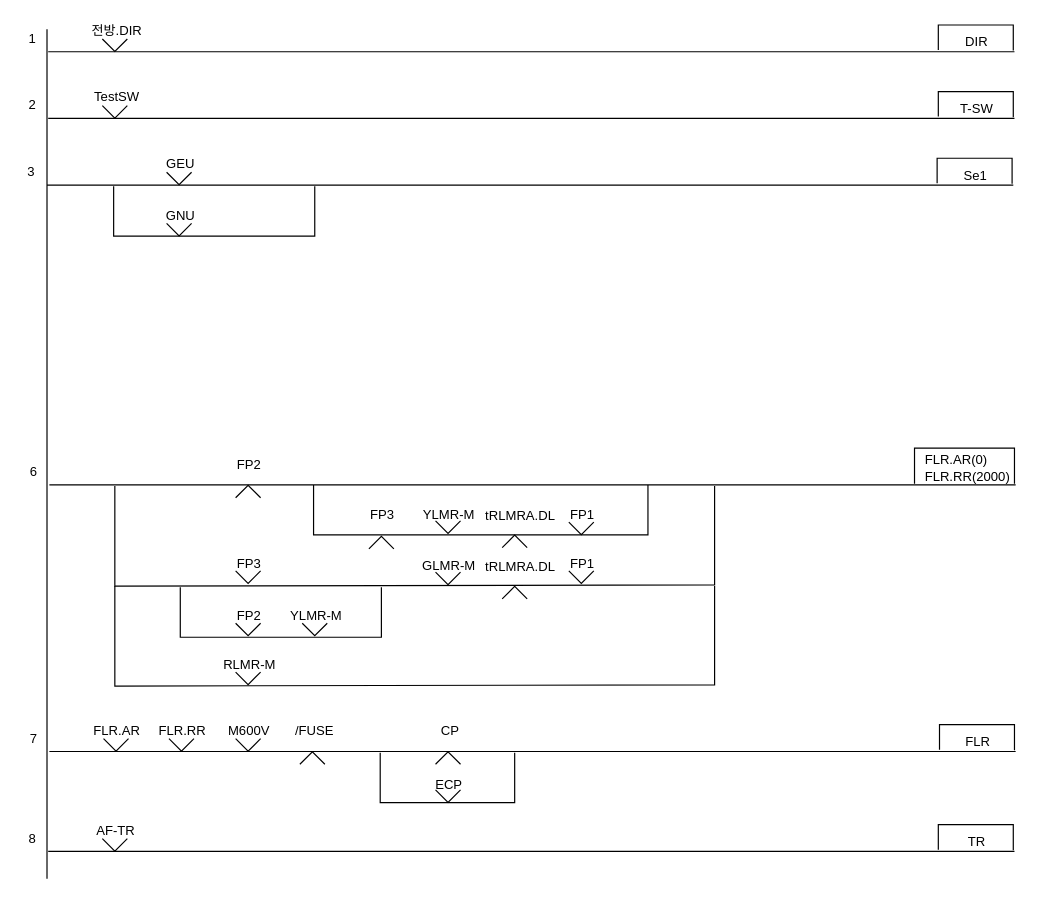
The draw.io diagram page "통신제어(송신)_all" (6 of 6) of Signal/33Display-Signal-Control-Logic.drawio in chillin2/MyDraw.io, before the edit. Source tidied: cells renumbered, new cells numbered last; positions are measured from the earlier drawing's top-left corner, leaving out a move shared by most shapes. Both pictures are drawn from the tidied source at 119%, with x=0, y=0 at pixel (20, 20).
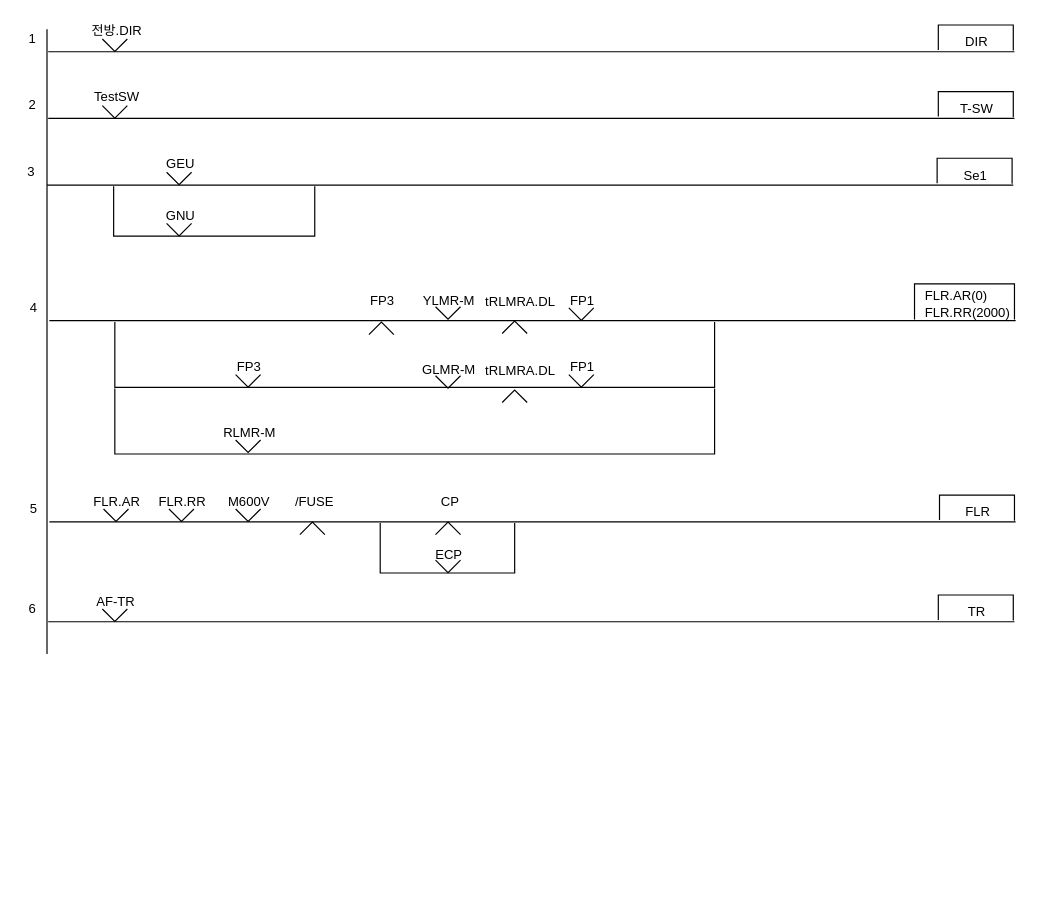
Above is the later version.

The edit, as a diff of the source:
```diff
@@
     <mxCell id="2" style="endArrow=none;html=1;rounded=0;" parent="1" edge="1">
       <mxGeometry relative="1" as="geometry">
-        <mxPoint x="22" y="721" as="sourcePoint" />
+        <mxPoint x="22" y="532" as="sourcePoint" />
         <mxPoint x="22" y="7" as="targetPoint" />
       </mxGeometry>
     </mxCell>
@@
     <mxCell id="24" style="endArrow=none;html=1;rounded=0;" parent="1" edge="1">
       <mxGeometry relative="1" as="geometry">
-        <mxPoint x="24" y="390" as="sourcePoint" />
-        <mxPoint x="836" y="390" as="targetPoint" />
+        <mxPoint x="24" y="252" as="sourcePoint" />
+        <mxPoint x="836" y="252" as="targetPoint" />
       </mxGeometry>
     </mxCell>
-    <mxCell id="25" value="FP2" style="text;html=1;strokeColor=none;fillColor=none;align=center;verticalAlign=middle;whiteSpace=wrap;rounded=0;fontFamily=Helvetica;fontSize=11;fontColor=default;" parent="1" vertex="1">
-      <mxGeometry x="172" y="365" width="40" height="15" as="geometry" />
-    </mxCell>
-    <mxCell id="26" style="verticalLabelPosition=bottom;html=1;verticalAlign=top;align=center;shape=mxgraph.floorplan.windowBow;strokeWidth=1;fontSize=11;direction=west;" parent="1" vertex="1">
-      <mxGeometry x="180.5" y="390" width="21" height="11" as="geometry" />
-    </mxCell>
-    <mxCell id="27" value="6" style="text;html=1;strokeColor=none;fillColor=none;align=center;verticalAlign=middle;whiteSpace=wrap;rounded=0;fontFamily=Helvetica;fontSize=11;fontColor=default;" parent="1" vertex="1">
-      <mxGeometry x="2" y="371" width="18" height="16" as="geometry" />
+    <mxCell id="27" value="4" style="text;html=1;strokeColor=none;fillColor=none;align=center;verticalAlign=middle;whiteSpace=wrap;rounded=0;fontFamily=Helvetica;fontSize=11;fontColor=default;" parent="1" vertex="1">
+      <mxGeometry x="2" y="233" width="18" height="16" as="geometry" />
     </mxCell>
-    <mxCell id="28" style="endArrow=none;html=1;rounded=0;" parent="1" edge="1">
-      <mxGeometry relative="1" as="geometry">
-        <mxPoint x="246" y="390" as="sourcePoint" />
-        <mxPoint x="527" y="390" as="targetPoint" />
-        <Array as="points">
-          <mxPoint x="246" y="432" />
-          <mxPoint x="527" y="432" />
-        </Array>
-      </mxGeometry>
-    </mxCell>
     <mxCell id="29" value="FP3" style="text;html=1;strokeColor=none;fillColor=none;align=center;verticalAlign=middle;whiteSpace=wrap;rounded=0;fontFamily=Helvetica;fontSize=11;fontColor=default;" parent="1" vertex="1">
-      <mxGeometry x="284" y="407" width="40" height="15" as="geometry" />
+      <mxGeometry x="284" y="227" width="40" height="15" as="geometry" />
     </mxCell>
     <mxCell id="30" style="verticalLabelPosition=bottom;html=1;verticalAlign=top;align=center;shape=mxgraph.floorplan.windowBow;strokeWidth=1;fontSize=11;direction=west;" parent="1" vertex="1">
-      <mxGeometry x="292.5" y="433" width="21" height="11" as="geometry" />
+      <mxGeometry x="292.5" y="253" width="21" height="11" as="geometry" />
     </mxCell>
     <mxCell id="31" value="YLMR-M" style="text;html=1;strokeColor=none;fillColor=none;align=center;verticalAlign=middle;whiteSpace=wrap;rounded=0;fontFamily=Helvetica;fontSize=11;fontColor=default;" parent="1" vertex="1">
-      <mxGeometry x="333" y="407" width="54" height="15" as="geometry" />
+      <mxGeometry x="333" y="227" width="54" height="15" as="geometry" />
     </mxCell>
     <mxCell id="32" style="verticalLabelPosition=bottom;html=1;verticalAlign=top;align=center;shape=mxgraph.floorplan.windowBow;strokeWidth=1;fontSize=11;" parent="1" vertex="1">
-      <mxGeometry x="348.5" y="420" width="21" height="11" as="geometry" />
+      <mxGeometry x="348.5" y="240" width="21" height="11" as="geometry" />
     </mxCell>
     <mxCell id="33" value="tRLMRA.DL" style="text;html=1;strokeColor=none;fillColor=none;align=center;verticalAlign=middle;whiteSpace=wrap;rounded=0;fontFamily=Helvetica;fontSize=11;fontColor=default;" parent="1" vertex="1">
-      <mxGeometry x="400" y="408" width="40" height="15" as="geometry" />
+      <mxGeometry x="400" y="228" width="40" height="15" as="geometry" />
     </mxCell>
     <mxCell id="34" style="verticalLabelPosition=bottom;html=1;verticalAlign=top;align=center;shape=mxgraph.floorplan.windowBow;strokeWidth=1;fontSize=11;direction=west;" parent="1" vertex="1">
-      <mxGeometry x="404.5" y="432" width="21" height="11" as="geometry" />
+      <mxGeometry x="404.5" y="252" width="21" height="11" as="geometry" />
     </mxCell>
     <mxCell id="35" value="FP1" style="text;html=1;strokeColor=none;fillColor=none;align=center;verticalAlign=middle;whiteSpace=wrap;rounded=0;fontFamily=Helvetica;fontSize=11;fontColor=default;" parent="1" vertex="1">
-      <mxGeometry x="452" y="407" width="40" height="15" as="geometry" />
+      <mxGeometry x="452" y="227" width="40" height="15" as="geometry" />
     </mxCell>
     <mxCell id="36" style="verticalLabelPosition=bottom;html=1;verticalAlign=top;align=center;shape=mxgraph.floorplan.windowBow;strokeWidth=1;fontSize=11;" parent="1" vertex="1">
-      <mxGeometry x="460.5" y="421" width="21" height="11" as="geometry" />
+      <mxGeometry x="460.5" y="241" width="21" height="11" as="geometry" />
     </mxCell>
     <mxCell id="37" style="endArrow=none;html=1;rounded=0;" parent="1" edge="1">
       <mxGeometry relative="1" as="geometry">
-        <mxPoint x="79" y="391" as="sourcePoint" />
-        <mxPoint x="583" y="391" as="targetPoint" />
+        <mxPoint x="79" y="253" as="sourcePoint" />
+        <mxPoint x="583" y="253" as="targetPoint" />
         <Array as="points">
-          <mxPoint x="79" y="475" />
-          <mxPoint x="583" y="474" />
+          <mxPoint x="79" y="308" />
+          <mxPoint x="583" y="308" />
         </Array>
       </mxGeometry>
     </mxCell>
     <mxCell id="38" value="FP3" style="text;html=1;strokeColor=none;fillColor=none;align=center;verticalAlign=middle;whiteSpace=wrap;rounded=0;fontFamily=Helvetica;fontSize=11;fontColor=default;" parent="1" vertex="1">
-      <mxGeometry x="172" y="448" width="40" height="15" as="geometry" />
+      <mxGeometry x="172" y="283" width="40" height="15" as="geometry" />
     </mxCell>
     <mxCell id="39" style="verticalLabelPosition=bottom;html=1;verticalAlign=top;align=center;shape=mxgraph.floorplan.windowBow;strokeWidth=1;fontSize=11;" parent="1" vertex="1">
-      <mxGeometry x="180.5" y="462" width="21" height="11" as="geometry" />
+      <mxGeometry x="180.5" y="297" width="21" height="11" as="geometry" />
     </mxCell>
     <mxCell id="40" value="GLMR-M" style="text;html=1;strokeColor=none;fillColor=none;align=center;verticalAlign=middle;whiteSpace=wrap;rounded=0;fontFamily=Helvetica;fontSize=11;fontColor=default;" parent="1" vertex="1">
-      <mxGeometry x="333" y="450" width="54" height="15" as="geometry" />
+      <mxGeometry x="333" y="285" width="54" height="15" as="geometry" />
     </mxCell>
     <mxCell id="41" style="verticalLabelPosition=bottom;html=1;verticalAlign=top;align=center;shape=mxgraph.floorplan.windowBow;strokeWidth=1;fontSize=11;" parent="1" vertex="1">
-      <mxGeometry x="348.5" y="463" width="21" height="11" as="geometry" />
+      <mxGeometry x="348.5" y="298" width="21" height="11" as="geometry" />
     </mxCell>
     <mxCell id="42" value="tRLMRA.DL" style="text;html=1;strokeColor=none;fillColor=none;align=center;verticalAlign=middle;whiteSpace=wrap;rounded=0;fontFamily=Helvetica;fontSize=11;fontColor=default;" parent="1" vertex="1">
-      <mxGeometry x="400" y="451" width="40" height="15" as="geometry" />
+      <mxGeometry x="400" y="286" width="40" height="15" as="geometry" />
     </mxCell>
     <mxCell id="43" style="verticalLabelPosition=bottom;html=1;verticalAlign=top;align=center;shape=mxgraph.floorplan.windowBow;strokeWidth=1;fontSize=11;direction=west;" parent="1" vertex="1">
-      <mxGeometry x="404.5" y="475" width="21" height="11" as="geometry" />
+      <mxGeometry x="404.5" y="310" width="21" height="11" as="geometry" />
     </mxCell>
     <mxCell id="44" value="FP1" style="text;html=1;strokeColor=none;fillColor=none;align=center;verticalAlign=middle;whiteSpace=wrap;rounded=0;fontFamily=Helvetica;fontSize=11;fontColor=default;" parent="1" vertex="1">
-      <mxGeometry x="452" y="448" width="40" height="15" as="geometry" />
+      <mxGeometry x="452" y="283" width="40" height="15" as="geometry" />
     </mxCell>
     <mxCell id="45" style="verticalLabelPosition=bottom;html=1;verticalAlign=top;align=center;shape=mxgraph.floorplan.windowBow;strokeWidth=1;fontSize=11;" parent="1" vertex="1">
-      <mxGeometry x="460.5" y="462" width="21" height="11" as="geometry" />
+      <mxGeometry x="460.5" y="297" width="21" height="11" as="geometry" />
     </mxCell>
-    <mxCell id="46" style="endArrow=none;html=1;rounded=0;" parent="1" edge="1">
-      <mxGeometry relative="1" as="geometry">
-        <mxPoint x="134" y="476" as="sourcePoint" />
-        <mxPoint x="303" y="476" as="targetPoint" />
-        <Array as="points">
-          <mxPoint x="134" y="518" />
-          <mxPoint x="303" y="518" />
-        </Array>
-      </mxGeometry>
-    </mxCell>
-    <mxCell id="47" value="FP2" style="text;html=1;strokeColor=none;fillColor=none;align=center;verticalAlign=middle;whiteSpace=wrap;rounded=0;fontFamily=Helvetica;fontSize=11;fontColor=default;" parent="1" vertex="1">
-      <mxGeometry x="172" y="492" width="40" height="15" as="geometry" />
-    </mxCell>
-    <mxCell id="48" style="verticalLabelPosition=bottom;html=1;verticalAlign=top;align=center;shape=mxgraph.floorplan.windowBow;strokeWidth=1;fontSize=11;" parent="1" vertex="1">
-      <mxGeometry x="180.5" y="506" width="21" height="11" as="geometry" />
-    </mxCell>
-    <mxCell id="49" value="YLMR-M" style="text;html=1;strokeColor=none;fillColor=none;align=center;verticalAlign=middle;whiteSpace=wrap;rounded=0;fontFamily=Helvetica;fontSize=11;fontColor=default;" parent="1" vertex="1">
-      <mxGeometry x="225" y="492" width="47" height="15" as="geometry" />
-    </mxCell>
-    <mxCell id="50" style="verticalLabelPosition=bottom;html=1;verticalAlign=top;align=center;shape=mxgraph.floorplan.windowBow;strokeWidth=1;fontSize=11;" parent="1" vertex="1">
-      <mxGeometry x="236.5" y="506" width="21" height="11" as="geometry" />
-    </mxCell>
     <mxCell id="51" style="endArrow=none;html=1;rounded=0;" parent="1" edge="1">
       <mxGeometry relative="1" as="geometry">
-        <mxPoint x="79" y="475" as="sourcePoint" />
-        <mxPoint x="583" y="475" as="targetPoint" />
+        <mxPoint x="79" y="309" as="sourcePoint" />
+        <mxPoint x="583" y="309" as="targetPoint" />
         <Array as="points">
-          <mxPoint x="79" y="559" />
-          <mxPoint x="583" y="558" />
+          <mxPoint x="79" y="364" />
+          <mxPoint x="583" y="364" />
         </Array>
       </mxGeometry>
     </mxCell>
     <mxCell id="52" value="RLMR-M" style="text;html=1;strokeColor=none;fillColor=none;align=center;verticalAlign=middle;whiteSpace=wrap;rounded=0;fontFamily=Helvetica;fontSize=11;fontColor=default;" parent="1" vertex="1">
-      <mxGeometry x="169" y="533" width="47" height="15" as="geometry" />
+      <mxGeometry x="169" y="338" width="47" height="15" as="geometry" />
     </mxCell>
     <mxCell id="53" style="verticalLabelPosition=bottom;html=1;verticalAlign=top;align=center;shape=mxgraph.floorplan.windowBow;strokeWidth=1;fontSize=11;" parent="1" vertex="1">
-      <mxGeometry x="180.5" y="547" width="21" height="11" as="geometry" />
+      <mxGeometry x="180.5" y="352" width="21" height="11" as="geometry" />
     </mxCell>
     <mxCell id="54" style="endArrow=none;html=1;rounded=0;" parent="1" edge="1">
       <mxGeometry relative="1" as="geometry">
-        <mxPoint x="24" y="614" as="sourcePoint" />
-        <mxPoint x="836" y="614" as="targetPoint" />
+        <mxPoint x="24" y="421" as="sourcePoint" />
+        <mxPoint x="836" y="421" as="targetPoint" />
       </mxGeometry>
     </mxCell>
     <mxCell id="55" value="FLR.AR" style="text;html=1;strokeColor=none;fillColor=none;align=center;verticalAlign=middle;whiteSpace=wrap;rounded=0;fontFamily=Helvetica;fontSize=11;fontColor=default;" parent="1" vertex="1">
-      <mxGeometry x="61" y="589" width="40" height="15" as="geometry" />
+      <mxGeometry x="61" y="396" width="40" height="15" as="geometry" />
     </mxCell>
     <mxCell id="56" value="FLR" style="text;html=1;strokeColor=none;fillColor=none;align=center;verticalAlign=middle;whiteSpace=wrap;rounded=0;fontFamily=Helvetica;fontSize=11;fontColor=default;" parent="1" vertex="1">
-      <mxGeometry x="781" y="599" width="47" height="13" as="geometry" />
+      <mxGeometry x="781" y="406" width="47" height="13" as="geometry" />
     </mxCell>
     <mxCell id="57" style="endArrow=none;html=1;rounded=0;labelBackgroundColor=default;fontFamily=Helvetica;fontSize=11;fontColor=default;startSize=3;endSize=3;sourcePerimeterSpacing=0;strokeColor=default;shape=connector;jumpStyle=none;jumpSize=6;" parent="1" edge="1">
       <mxGeometry relative="1" as="geometry">
-        <mxPoint x="772" y="612.5" as="sourcePoint" />
-        <mxPoint x="835" y="613" as="targetPoint" />
+        <mxPoint x="772" y="419.5" as="sourcePoint" />
+        <mxPoint x="835" y="420" as="targetPoint" />
         <Array as="points">
-          <mxPoint x="772" y="591.5" />
-          <mxPoint x="835" y="591.5" />
+          <mxPoint x="772" y="398.5" />
+          <mxPoint x="835" y="398.5" />
         </Array>
       </mxGeometry>
     </mxCell>
     <mxCell id="58" style="verticalLabelPosition=bottom;html=1;verticalAlign=top;align=center;shape=mxgraph.floorplan.windowBow;strokeWidth=1;fontSize=11;" parent="1" vertex="1">
-      <mxGeometry x="69.5" y="603" width="21" height="11" as="geometry" />
+      <mxGeometry x="69.5" y="410" width="21" height="11" as="geometry" />
     </mxCell>
-    <mxCell id="59" value="7" style="text;html=1;strokeColor=none;fillColor=none;align=center;verticalAlign=middle;whiteSpace=wrap;rounded=0;fontFamily=Helvetica;fontSize=11;fontColor=default;" parent="1" vertex="1">
-      <mxGeometry x="2" y="595" width="18" height="16" as="geometry" />
+    <mxCell id="59" value="5" style="text;html=1;strokeColor=none;fillColor=none;align=center;verticalAlign=middle;whiteSpace=wrap;rounded=0;fontFamily=Helvetica;fontSize=11;fontColor=default;" parent="1" vertex="1">
+      <mxGeometry x="2" y="402" width="18" height="16" as="geometry" />
     </mxCell>
     <mxCell id="60" value="M600V" style="text;html=1;strokeColor=none;fillColor=none;align=center;verticalAlign=middle;whiteSpace=wrap;rounded=0;fontFamily=Helvetica;fontSize=11;fontColor=default;" parent="1" vertex="1">
-      <mxGeometry x="172" y="589" width="40" height="15" as="geometry" />
+      <mxGeometry x="172" y="396" width="40" height="15" as="geometry" />
     </mxCell>
     <mxCell id="61" style="verticalLabelPosition=bottom;html=1;verticalAlign=top;align=center;shape=mxgraph.floorplan.windowBow;strokeWidth=1;fontSize=11;direction=east;" parent="1" vertex="1">
-      <mxGeometry x="180.5" y="603" width="21" height="11" as="geometry" />
+      <mxGeometry x="180.5" y="410" width="21" height="11" as="geometry" />
     </mxCell>
     <mxCell id="62" value="/FUSE" style="text;html=1;strokeColor=none;fillColor=none;align=center;verticalAlign=middle;whiteSpace=wrap;rounded=0;fontFamily=Helvetica;fontSize=11;fontColor=default;" parent="1" vertex="1">
-      <mxGeometry x="227" y="589" width="40" height="15" as="geometry" />
+      <mxGeometry x="227" y="396" width="40" height="15" as="geometry" />
     </mxCell>
     <mxCell id="63" style="verticalLabelPosition=bottom;html=1;verticalAlign=top;align=center;shape=mxgraph.floorplan.windowBow;strokeWidth=1;fontSize=11;direction=west;" parent="1" vertex="1">
-      <mxGeometry x="234.5" y="614" width="21" height="11" as="geometry" />
+      <mxGeometry x="234.5" y="421" width="21" height="11" as="geometry" />
     </mxCell>
     <mxCell id="64" value="CP" style="text;html=1;strokeColor=none;fillColor=none;align=center;verticalAlign=middle;whiteSpace=wrap;rounded=0;fontFamily=Helvetica;fontSize=11;fontColor=default;" parent="1" vertex="1">
-      <mxGeometry x="341" y="589" width="40" height="15" as="geometry" />
+      <mxGeometry x="341" y="396" width="40" height="15" as="geometry" />
     </mxCell>
     <mxCell id="65" style="verticalLabelPosition=bottom;html=1;verticalAlign=top;align=center;shape=mxgraph.floorplan.windowBow;strokeWidth=1;fontSize=11;direction=west;" parent="1" vertex="1">
-      <mxGeometry x="348.5" y="614" width="21" height="11" as="geometry" />
+      <mxGeometry x="348.5" y="421" width="21" height="11" as="geometry" />
     </mxCell>
     <mxCell id="66" style="endArrow=none;html=1;rounded=0;" parent="1" edge="1">
       <mxGeometry relative="1" as="geometry">
-        <mxPoint x="302" y="615" as="sourcePoint" />
-        <mxPoint x="415" y="615" as="targetPoint" />
+        <mxPoint x="302" y="422" as="sourcePoint" />
+        <mxPoint x="415" y="422" as="targetPoint" />
         <Array as="points">
-          <mxPoint x="302" y="657" />
-          <mxPoint x="415" y="657" />
+          <mxPoint x="302" y="464" />
+          <mxPoint x="415" y="464" />
         </Array>
       </mxGeometry>
     </mxCell>
     <mxCell id="67" value="ECP" style="text;html=1;strokeColor=none;fillColor=none;align=center;verticalAlign=middle;whiteSpace=wrap;rounded=0;fontFamily=Helvetica;fontSize=11;fontColor=default;" parent="1" vertex="1">
-      <mxGeometry x="340" y="634" width="40" height="15" as="geometry" />
+      <mxGeometry x="340" y="441" width="40" height="15" as="geometry" />
     </mxCell>
     <mxCell id="68" style="verticalLabelPosition=bottom;html=1;verticalAlign=top;align=center;shape=mxgraph.floorplan.windowBow;strokeWidth=1;fontSize=11;direction=east;" parent="1" vertex="1">
-      <mxGeometry x="348.5" y="646" width="21" height="11" as="geometry" />
+      <mxGeometry x="348.5" y="453" width="21" height="11" as="geometry" />
     </mxCell>
     <mxCell id="69" style="endArrow=none;html=1;rounded=0;" parent="1" edge="1">
       <mxGeometry relative="1" as="geometry">
-        <mxPoint x="23" y="698" as="sourcePoint" />
-        <mxPoint x="835" y="698" as="targetPoint" />
+        <mxPoint x="23" y="505" as="sourcePoint" />
+        <mxPoint x="835" y="505" as="targetPoint" />
       </mxGeometry>
     </mxCell>
     <mxCell id="70" value="AF-TR" style="text;html=1;strokeColor=none;fillColor=none;align=center;verticalAlign=middle;whiteSpace=wrap;rounded=0;fontFamily=Helvetica;fontSize=11;fontColor=default;" parent="1" vertex="1">
-      <mxGeometry x="60" y="673" width="40" height="15" as="geometry" />
+      <mxGeometry x="60" y="480" width="40" height="15" as="geometry" />
     </mxCell>
     <mxCell id="71" value="TR" style="text;html=1;strokeColor=none;fillColor=none;align=center;verticalAlign=middle;whiteSpace=wrap;rounded=0;fontFamily=Helvetica;fontSize=11;fontColor=default;" parent="1" vertex="1">
-      <mxGeometry x="780" y="683" width="47" height="13" as="geometry" />
+      <mxGeometry x="780" y="490" width="47" height="13" as="geometry" />
     </mxCell>
     <mxCell id="72" style="endArrow=none;html=1;rounded=0;labelBackgroundColor=default;fontFamily=Helvetica;fontSize=11;fontColor=default;startSize=3;endSize=3;sourcePerimeterSpacing=0;strokeColor=default;shape=connector;jumpStyle=none;jumpSize=6;" parent="1" edge="1">
       <mxGeometry relative="1" as="geometry">
-        <mxPoint x="771" y="696.5" as="sourcePoint" />
-        <mxPoint x="834" y="697" as="targetPoint" />
+        <mxPoint x="771" y="503.5" as="sourcePoint" />
+        <mxPoint x="834" y="504" as="targetPoint" />
         <Array as="points">
-          <mxPoint x="771" y="675.5" />
-          <mxPoint x="834" y="675.5" />
+          <mxPoint x="771" y="482.5" />
+          <mxPoint x="834" y="482.5" />
         </Array>
       </mxGeometry>
     </mxCell>
     <mxCell id="73" style="verticalLabelPosition=bottom;html=1;verticalAlign=top;align=center;shape=mxgraph.floorplan.windowBow;strokeWidth=1;fontSize=11;" parent="1" vertex="1">
-      <mxGeometry x="68.5" y="687" width="21" height="11" as="geometry" />
+      <mxGeometry x="68.5" y="494" width="21" height="11" as="geometry" />
     </mxCell>
-    <mxCell id="74" value="8" style="text;html=1;strokeColor=none;fillColor=none;align=center;verticalAlign=middle;whiteSpace=wrap;rounded=0;fontFamily=Helvetica;fontSize=11;fontColor=default;" parent="1" vertex="1">
-      <mxGeometry x="1" y="679" width="18" height="16" as="geometry" />
+    <mxCell id="74" value="6" style="text;html=1;strokeColor=none;fillColor=none;align=center;verticalAlign=middle;whiteSpace=wrap;rounded=0;fontFamily=Helvetica;fontSize=11;fontColor=default;" parent="1" vertex="1">
+      <mxGeometry x="1" y="486" width="18" height="16" as="geometry" />
     </mxCell>
     <mxCell id="75" value="FLR.AR(0)&lt;br&gt;FLR.RR(2000)" style="text;html=1;strokeColor=none;fillColor=none;align=left;verticalAlign=middle;whiteSpace=wrap;rounded=0;fontFamily=Helvetica;fontSize=11;fontColor=default;" parent="1" vertex="1">
-      <mxGeometry x="758" y="369" width="77" height="13" as="geometry" />
+      <mxGeometry x="758" y="231" width="77" height="13" as="geometry" />
     </mxCell>
     <mxCell id="76" style="endArrow=none;html=1;rounded=0;labelBackgroundColor=default;fontFamily=Helvetica;fontSize=11;fontColor=default;startSize=3;endSize=3;sourcePerimeterSpacing=0;strokeColor=default;shape=connector;jumpStyle=none;jumpSize=6;" parent="1" edge="1">
       <mxGeometry relative="1" as="geometry">
-        <mxPoint x="751" y="389" as="sourcePoint" />
-        <mxPoint x="835" y="389" as="targetPoint" />
+        <mxPoint x="751" y="251" as="sourcePoint" />
+        <mxPoint x="835" y="251" as="targetPoint" />
         <Array as="points">
-          <mxPoint x="751" y="359" />
-          <mxPoint x="835" y="359" />
+          <mxPoint x="751" y="221" />
+          <mxPoint x="835" y="221" />
         </Array>
       </mxGeometry>
     </mxCell>
     <mxCell id="77" value="FLR.RR" style="text;html=1;strokeColor=none;fillColor=none;align=center;verticalAlign=middle;whiteSpace=wrap;rounded=0;fontFamily=Helvetica;fontSize=11;fontColor=default;" parent="1" vertex="1">
-      <mxGeometry x="116" y="589" width="40" height="15" as="geometry" />
+      <mxGeometry x="116" y="396" width="40" height="15" as="geometry" />
     </mxCell>
     <mxCell id="78" style="verticalLabelPosition=bottom;html=1;verticalAlign=top;align=center;shape=mxgraph.floorplan.windowBow;strokeWidth=1;fontSize=11;" parent="1" vertex="1">
-      <mxGeometry x="124.5" y="603" width="21" height="11" as="geometry" />
+      <mxGeometry x="124.5" y="410" width="21" height="11" as="geometry" />
     </mxCell>
```
